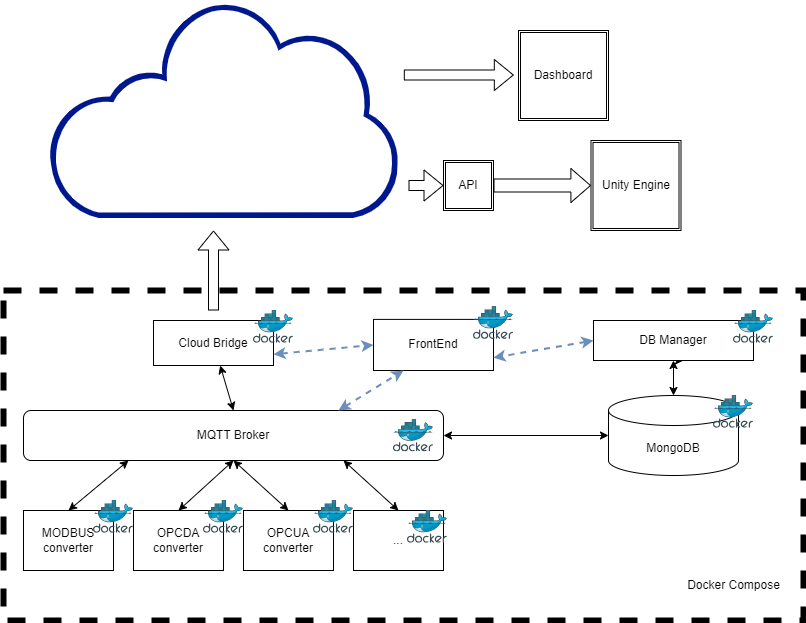
The draw.io diagram Arch_Design.png in LuisCMoreira/TwinPaca_Community, before a commit. Source tidied: cells renumbered, new cells last; positions are measured from the earlier drawing's top-left corner, leaving out a move shared by most shapes.
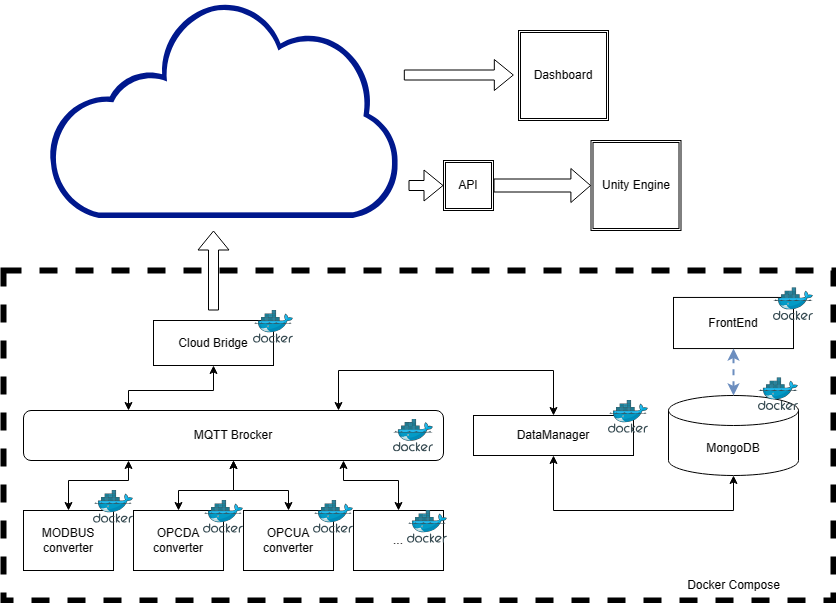
Above is the later version.

Change to the diagram source:
```diff
@@ -3,12 +3,12 @@
     <mxCell id="0" />
     <mxCell id="1" parent="0" />
     <mxCell id="2" style="rounded=0;whiteSpace=wrap;html=1;fillColor=none;dashed=1;strokeWidth=6;" parent="1" vertex="1">
-      <mxGeometry y="290" width="800" height="330" as="geometry" />
+      <mxGeometry y="270" width="830" height="330" as="geometry" />
     </mxCell>
     <mxCell id="3" value="OPCDA converter" style="rounded=0;whiteSpace=wrap;html=1;" parent="1" vertex="1">
       <mxGeometry x="130" y="510" width="90" height="60" as="geometry" />
     </mxCell>
-    <mxCell id="4" value="MQTT Broker" style="rounded=1;whiteSpace=wrap;html=1;" parent="1" vertex="1">
+    <mxCell id="4" value="MQTT Brocker" style="rounded=1;whiteSpace=wrap;html=1;" parent="1" vertex="1">
       <mxGeometry x="20" y="410" width="420" height="50" as="geometry" />
     </mxCell>
     <mxCell id="5" value="MODBUS converter" style="rounded=0;whiteSpace=wrap;html=1;" parent="1" vertex="1">
@@ -21,18 +21,13 @@
       <mxGeometry x="350" y="510" width="90" height="60" as="geometry" />
     </mxCell>
     <mxCell id="8" value="MongoDB" style="shape=cylinder3;whiteSpace=wrap;html=1;boundedLbl=1;backgroundOutline=1;size=15;" parent="1" vertex="1">
-      <mxGeometry x="605" y="395" width="130" height="80" as="geometry" />
+      <mxGeometry x="665" y="395" width="130" height="80" as="geometry" />
     </mxCell>
     <mxCell id="9" value="Cloud Bridge" style="rounded=0;whiteSpace=wrap;html=1;" parent="1" vertex="1">
       <mxGeometry x="150" y="320" width="120" height="45" as="geometry" />
     </mxCell>
-    <mxCell id="10" style="edgeStyle=orthogonalEdgeStyle;rounded=0;jettySize=auto;html=1;exitX=0.5;exitY=1;exitDx=0;exitDy=0;" parent="1" edge="1" source="11">
-      <mxGeometry relative="1" as="geometry">
-        <mxPoint x="680" y="360" as="targetPoint" />
-      </mxGeometry>
-    </mxCell>
-    <mxCell id="11" value="DB Manager" style="rounded=0;whiteSpace=wrap;html=1;" parent="1" vertex="1">
-      <mxGeometry x="590" y="320" width="160" height="40" as="geometry" />
+    <mxCell id="11" value="DataManager" style="rounded=0;whiteSpace=wrap;html=1;" parent="1" vertex="1">
+      <mxGeometry x="470" y="415" width="160" height="40" as="geometry" />
     </mxCell>
     <mxCell id="12" style="image;sketch=0;html=1;align=center;fontSize=12;image=img/lib/mscae/Docker.svg;" parent="1" vertex="1">
       <mxGeometry x="200" y="500" width="40" height="32.8" as="geometry" />
@@ -47,25 +42,25 @@
       <mxGeometry x="310" y="500" width="40" height="32.8" as="geometry" />
     </mxCell>
     <mxCell id="16" style="image;sketch=0;html=1;align=center;fontSize=12;image=img/lib/mscae/Docker.svg;" parent="1" vertex="1">
-      <mxGeometry x="90" y="500" width="40" height="32.8" as="geometry" />
+      <mxGeometry x="90" y="490" width="40" height="32.8" as="geometry" />
     </mxCell>
     <mxCell id="17" style="image;sketch=0;html=1;align=center;fontSize=12;image=img/lib/mscae/Docker.svg;" parent="1" vertex="1">
       <mxGeometry x="250" y="310" width="40" height="32.8" as="geometry" />
     </mxCell>
     <mxCell id="18" style="image;sketch=0;html=1;align=center;fontSize=12;image=img/lib/mscae/Docker.svg;" parent="1" vertex="1">
-      <mxGeometry x="710" y="395" width="40" height="32.8" as="geometry" />
+      <mxGeometry x="755" y="377.2" width="40" height="32.8" as="geometry" />
     </mxCell>
     <mxCell id="19" style="image;sketch=0;html=1;align=center;fontSize=12;image=img/lib/mscae/Docker.svg;" parent="1" vertex="1">
-      <mxGeometry x="730" y="310" width="40" height="32.8" as="geometry" />
+      <mxGeometry x="605" y="400" width="40" height="32.8" as="geometry" />
     </mxCell>
     <mxCell id="20" style="sketch=0;shadow=0;dashed=0;html=1;strokeColor=none;labelPosition=center;verticalLabelPosition=bottom;verticalAlign=top;align=center;fillColor=#00188D;shape=mxgraph.mscae.enterprise.internet_hollow;" parent="1" vertex="1">
       <mxGeometry x="44.7" width="350.6" height="217.4" as="geometry" />
     </mxCell>
     <mxCell id="21" value="FrontEnd" style="rounded=0;whiteSpace=wrap;html=1;" parent="1" vertex="1">
-      <mxGeometry x="370" y="318.9" width="120" height="51.1" as="geometry" />
+      <mxGeometry x="670" y="296.9" width="120" height="51.1" as="geometry" />
     </mxCell>
     <mxCell id="22" style="image;sketch=0;html=1;align=center;fontSize=12;image=img/lib/mscae/Docker.svg;" parent="1" vertex="1">
-      <mxGeometry x="470" y="306.1" width="40" height="32.8" as="geometry" />
+      <mxGeometry x="770" y="287.2" width="40" height="32.8" as="geometry" />
     </mxCell>
     <mxCell id="23" value="Dashboard" style="shape=ext;double=1;whiteSpace=wrap;html=1;" parent="1" vertex="1">
       <mxGeometry x="515" y="30" width="90" height="90" as="geometry" />
@@ -87,34 +82,54 @@
     <mxCell id="27" style="endArrow=classic;startArrow=classic;html=1;rounded=0;exitX=0.5;exitY=0;exitDx=0;exitDy=0;" parent="1" edge="1" source="7">
       <mxGeometry relative="1" as="geometry">
         <mxPoint x="340" y="460" as="targetPoint" />
+        <Array as="points">
+          <mxPoint x="395" y="480" />
+          <mxPoint x="340" y="480" />
+        </Array>
       </mxGeometry>
     </mxCell>
     <mxCell id="28" style="endArrow=classic;startArrow=classic;html=1;rounded=0;exitX=0.5;exitY=0;exitDx=0;exitDy=0;entryX=0.5;entryY=1;entryDx=0;entryDy=0;" parent="1" edge="1" source="3" target="4">
-      <mxGeometry relative="1" as="geometry" />
+      <mxGeometry relative="1" as="geometry">
+        <Array as="points">
+          <mxPoint x="175" y="490" />
+          <mxPoint x="230" y="490" />
+        </Array>
+      </mxGeometry>
     </mxCell>
     <mxCell id="29" style="endArrow=classic;startArrow=classic;html=1;rounded=0;exitX=0.5;exitY=0;exitDx=0;exitDy=0;entryX=0.5;entryY=1;entryDx=0;entryDy=0;" parent="1" edge="1" source="6" target="4">
-      <mxGeometry relative="1" as="geometry" />
+      <mxGeometry relative="1" as="geometry">
+        <Array as="points">
+          <mxPoint x="285" y="490" />
+          <mxPoint x="230" y="490" />
+        </Array>
+      </mxGeometry>
     </mxCell>
     <mxCell id="30" style="endArrow=classic;startArrow=classic;html=1;rounded=0;exitX=0.5;exitY=0;exitDx=0;exitDy=0;entryX=0.25;entryY=1;entryDx=0;entryDy=0;" parent="1" edge="1" source="5" target="4">
-      <mxGeometry relative="1" as="geometry" />
+      <mxGeometry relative="1" as="geometry">
+        <Array as="points">
+          <mxPoint x="65" y="480" />
+          <mxPoint x="125" y="480" />
+        </Array>
+      </mxGeometry>
     </mxCell>
-    <mxCell id="31" style="endArrow=classic;startArrow=classic;html=1;rounded=0;entryX=0.5;entryY=0;entryDx=0;entryDy=0;" parent="1" edge="1" source="9" target="4">
-      <mxGeometry relative="1" as="geometry" />
+    <mxCell id="31" style="endArrow=classic;startArrow=classic;html=1;rounded=0;entryX=0.25;entryY=0;entryDx=0;entryDy=0;exitX=0.5;exitY=1;exitDx=0;exitDy=0;" parent="1" edge="1" source="9" target="4">
+      <mxGeometry relative="1" as="geometry">
+        <Array as="points">
+          <mxPoint x="210" y="390" />
+          <mxPoint x="125" y="390" />
+        </Array>
+      </mxGeometry>
     </mxCell>
-    <mxCell id="32" style="endArrow=classic;startArrow=classic;html=1;rounded=0;entryX=0.25;entryY=1;entryDx=0;entryDy=0;exitX=0.75;exitY=0;exitDx=0;exitDy=0;dashed=1;strokeWidth=2;fillColor=#dae8fc;strokeColor=#6c8ebf;" parent="1" edge="1" source="4" target="21">
-      <mxGeometry relative="1" as="geometry" />
-    </mxCell>
-    <mxCell id="33" style="endArrow=classic;startArrow=classic;html=1;rounded=0;exitX=1;exitY=0.75;exitDx=0;exitDy=0;entryX=0;entryY=0.5;entryDx=0;entryDy=0;dashed=1;strokeWidth=2;fillColor=#dae8fc;strokeColor=#6c8ebf;" parent="1" edge="1" source="9" target="21">
+    <mxCell id="33" style="endArrow=classic;startArrow=classic;html=1;rounded=0;entryX=0.5;entryY=1;entryDx=0;entryDy=0;dashed=1;strokeWidth=2;fillColor=#dae8fc;strokeColor=#6c8ebf;exitX=0.5;exitY=0;exitDx=0;exitDy=0;exitPerimeter=0;" parent="1" edge="1" source="8" target="21">
       <mxGeometry relative="1" as="geometry" />
     </mxCell>
-    <mxCell id="34" style="endArrow=classic;startArrow=classic;html=1;rounded=0;exitX=0;exitY=0.5;exitDx=0;exitDy=0;entryX=1;entryY=0.75;entryDx=0;entryDy=0;dashed=1;strokeWidth=2;fillColor=#dae8fc;strokeColor=#6c8ebf;" parent="1" edge="1" source="11" target="21">
-      <mxGeometry relative="1" as="geometry" />
-    </mxCell>
-    <mxCell id="35" style="endArrow=classic;startArrow=classic;html=1;rounded=0;entryX=1;entryY=0.5;entryDx=0;entryDy=0;exitX=0;exitY=0.5;exitDx=0;exitDy=0;exitPerimeter=0;" parent="1" edge="1" source="8" target="4">
-      <mxGeometry relative="1" as="geometry" />
-    </mxCell>
-    <mxCell id="36" style="endArrow=classic;startArrow=classic;html=1;rounded=0;exitX=0.5;exitY=0;exitDx=0;exitDy=0;entryX=0.5;entryY=1;entryDx=0;entryDy=0;exitPerimeter=0;" parent="1" edge="1" source="8" target="11">
-      <mxGeometry relative="1" as="geometry" />
+    <mxCell id="36" style="endArrow=classic;startArrow=classic;html=1;rounded=0;exitX=0.5;exitY=0;exitDx=0;exitDy=0;entryX=0.75;entryY=0;entryDx=0;entryDy=0;" parent="1" edge="1" source="11" target="4">
+      <mxGeometry relative="1" as="geometry">
+        <Array as="points">
+          <mxPoint x="550" y="370" />
+          <mxPoint x="335" y="370" />
+        </Array>
+      </mxGeometry>
     </mxCell>
     <mxCell id="37" style="shape=flexArrow;endArrow=classic;html=1;rounded=0;" parent="1" edge="1">
       <mxGeometry relative="1" as="geometry">
@@ -131,5 +146,13 @@
     <mxCell id="40" style="shape=flexArrow;endArrow=classic;html=1;rounded=0;entryX=0;entryY=0.5;entryDx=0;entryDy=0;width=13;endSize=6.2;exitX=1;exitY=0.5;exitDx=0;exitDy=0;" parent="1" edge="1" source="39" target="24">
       <mxGeometry relative="1" as="geometry" />
     </mxCell>
+    <mxCell id="41" style="endArrow=classic;startArrow=classic;html=1;rounded=0;entryX=0.5;entryY=1;entryDx=0;entryDy=0;exitX=0.5;exitY=1;exitDx=0;exitDy=0;exitPerimeter=0;" parent="1" edge="1" source="8" target="11">
+      <mxGeometry relative="1" as="geometry">
+        <Array as="points">
+          <mxPoint x="730" y="510" />
+          <mxPoint x="550" y="510" />
+        </Array>
+      </mxGeometry>
+    </mxCell>
   </root>
 </mxGraphModel>
```
